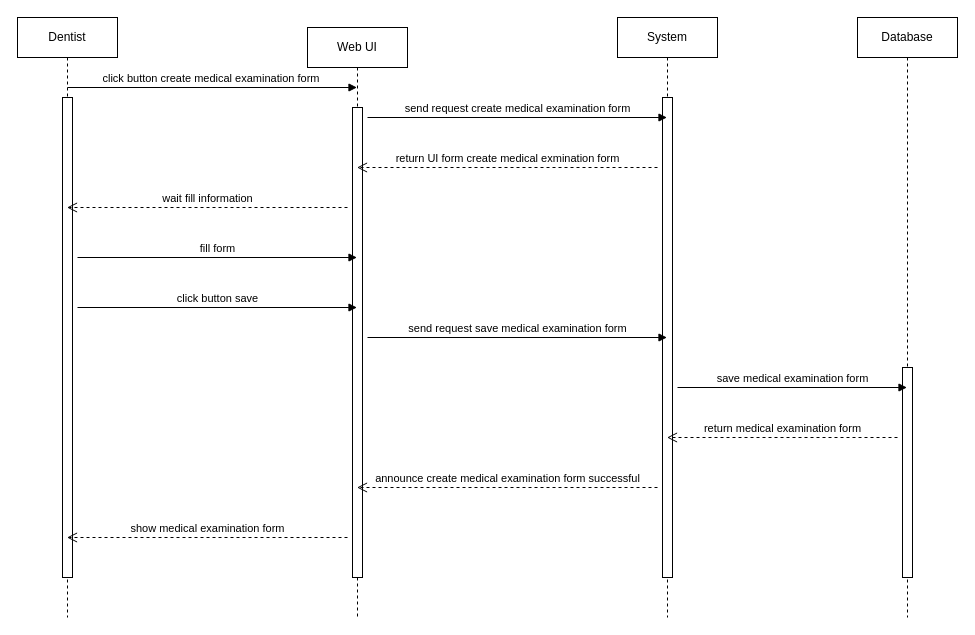
This is page "Sequence tạo phiếu khám" (8 of 25) of project.drawio from Quang-1310/Quang-ENG-KS24A, a draw.io file, before an edit. Source tidied: cells renumbered, new cells numbered last; positions are measured from the earlier drawing's top-left corner, leaving out a move shared by most shapes. Both pictures are drawn from the tidied source at 100%, with x=0, y=0 at pixel (17, 17).
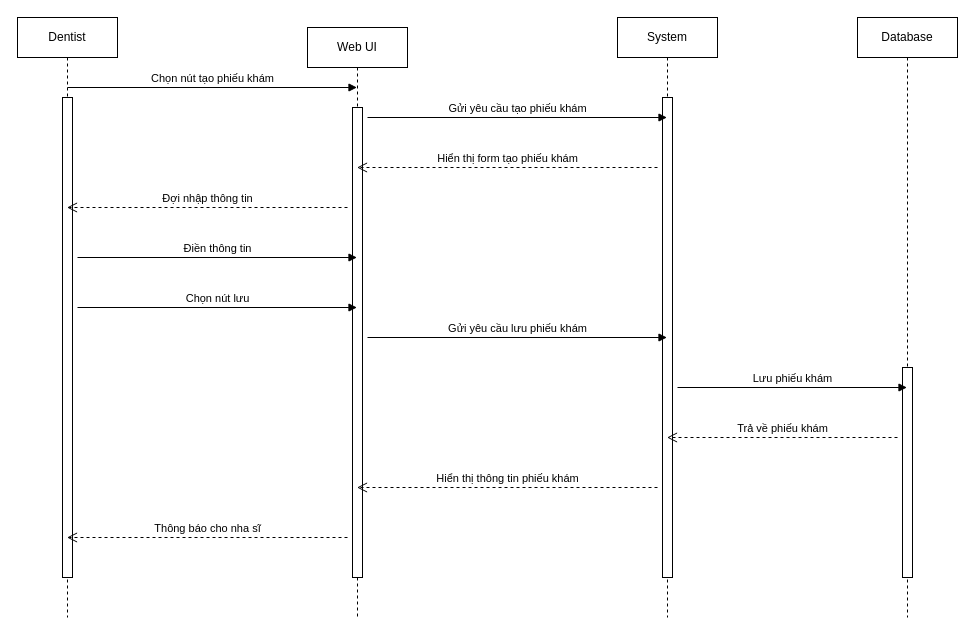
The same page after the edit.

The change refers to these unchanged cells:
```xml
<mxCell id="2" value="Dentist" style="shape=umlLifeline;perimeter=lifelinePerimeter;whiteSpace=wrap;html=1;outlineConnect=0;portConstraint=eastwest;newEdgeStyle={&quot;curved&quot;:0,&quot;rounded&quot;:0};" parent="1" vertex="1">
  <mxGeometry width="100" height="600" as="geometry" />
</mxCell>
<mxCell id="4" value="Web UI" style="shape=umlLifeline;perimeter=lifelinePerimeter;whiteSpace=wrap;html=1;outlineConnect=0;portConstraint=eastwest;newEdgeStyle={&quot;curved&quot;:0,&quot;rounded&quot;:0};" parent="1" vertex="1">
  <mxGeometry x="290" y="10" width="100" height="590" as="geometry" />
</mxCell>
<mxCell id="6" value="System" style="shape=umlLifeline;perimeter=lifelinePerimeter;whiteSpace=wrap;html=1;outlineConnect=0;portConstraint=eastwest;newEdgeStyle={&quot;curved&quot;:0,&quot;rounded&quot;:0};" parent="1" vertex="1">
  <mxGeometry x="600" width="100" height="600" as="geometry" />
</mxCell>
<mxCell id="8" value="Database" style="shape=umlLifeline;perimeter=lifelinePerimeter;whiteSpace=wrap;html=1;outlineConnect=0;portConstraint=eastwest;newEdgeStyle={&quot;curved&quot;:0,&quot;rounded&quot;:0};" parent="1" vertex="1">
  <mxGeometry x="840" width="100" height="600" as="geometry" />
</mxCell>
```

Diff of the diagram source:
```diff
@@
-    <mxCell id="10" value="click button create medical examination form&amp;nbsp;" style="html=1;verticalAlign=bottom;endArrow=block;curved=0;rounded=0;" parent="1" edge="1" target="4">
+    <mxCell id="10" value="Chọn nút tạo phiếu khám" style="html=1;verticalAlign=bottom;endArrow=block;curved=0;rounded=0;" parent="1" edge="1" target="4">
       <mxGeometry relative="1" as="geometry">
         <mxPoint x="50" y="70" as="sourcePoint" />
       </mxGeometry>
     </mxCell>
-    <mxCell id="11" value="send request create medical examination form" style="html=1;verticalAlign=bottom;endArrow=block;curved=0;rounded=0;" parent="1" edge="1" target="6">
+    <mxCell id="11" value="Gửi yêu cầu tạo phiếu khám" style="html=1;verticalAlign=bottom;endArrow=block;curved=0;rounded=0;" parent="1" edge="1" target="6">
       <mxGeometry relative="1" as="geometry">
         <mxPoint x="350" y="100" as="sourcePoint" />
       </mxGeometry>
     </mxCell>
-    <mxCell id="12" value="return UI form create medical exmination form" style="html=1;verticalAlign=bottom;endArrow=open;dashed=1;endSize=8;curved=0;rounded=0;" parent="1" edge="1" target="4">
+    <mxCell id="12" value="Hiển thị form tạo phiếu khám" style="html=1;verticalAlign=bottom;endArrow=open;dashed=1;endSize=8;curved=0;rounded=0;" parent="1" edge="1" target="4">
       <mxGeometry relative="1" as="geometry">
         <mxPoint x="640" y="150" as="sourcePoint" />
       </mxGeometry>
     </mxCell>
-    <mxCell id="13" value="wait fill information" style="html=1;verticalAlign=bottom;endArrow=open;dashed=1;endSize=8;curved=0;rounded=0;" parent="1" edge="1" target="2">
+    <mxCell id="13" value="Đợi nhập thông tin" style="html=1;verticalAlign=bottom;endArrow=open;dashed=1;endSize=8;curved=0;rounded=0;" parent="1" edge="1" target="2">
       <mxGeometry relative="1" as="geometry">
         <mxPoint x="330" y="190" as="sourcePoint" />
       </mxGeometry>
     </mxCell>
-    <mxCell id="14" value="fill form" style="html=1;verticalAlign=bottom;endArrow=block;curved=0;rounded=0;" parent="1" edge="1" target="4">
+    <mxCell id="14" value="Điền thông tin" style="html=1;verticalAlign=bottom;endArrow=block;curved=0;rounded=0;" parent="1" edge="1" target="4">
       <mxGeometry relative="1" as="geometry">
         <mxPoint x="60" y="240" as="sourcePoint" />
       </mxGeometry>
     </mxCell>
-    <mxCell id="15" value="send request save medical examination form" style="html=1;verticalAlign=bottom;endArrow=block;curved=0;rounded=0;" parent="1" edge="1">
+    <mxCell id="15" value="Gửi yêu cầu lưu phiếu khám" style="html=1;verticalAlign=bottom;endArrow=block;curved=0;rounded=0;" parent="1" edge="1">
       <mxGeometry relative="1" as="geometry">
         <mxPoint x="350" y="320" as="sourcePoint" />
         <mxPoint x="649.5" y="320" as="targetPoint" />
       </mxGeometry>
     </mxCell>
-    <mxCell id="16" value="click button save" style="html=1;verticalAlign=bottom;endArrow=block;curved=0;rounded=0;" parent="1" edge="1" target="4">
+    <mxCell id="16" value="Chọn nút lưu" style="html=1;verticalAlign=bottom;endArrow=block;curved=0;rounded=0;" parent="1" edge="1" target="4">
       <mxGeometry relative="1" as="geometry">
         <mxPoint x="60" y="290" as="sourcePoint" />
       </mxGeometry>
     </mxCell>
-    <mxCell id="17" value="save medical examination form" style="html=1;verticalAlign=bottom;endArrow=block;curved=0;rounded=0;" parent="1" edge="1" target="8">
+    <mxCell id="17" value="Lưu phiếu khám" style="html=1;verticalAlign=bottom;endArrow=block;curved=0;rounded=0;" parent="1" edge="1" target="8">
       <mxGeometry relative="1" as="geometry">
         <mxPoint x="660" y="370" as="sourcePoint" />
       </mxGeometry>
     </mxCell>
-    <mxCell id="18" value="return medical examination form" style="html=1;verticalAlign=bottom;endArrow=open;dashed=1;endSize=8;curved=0;rounded=0;" parent="1" edge="1" target="6">
+    <mxCell id="18" value="Trả về phiếu khám" style="html=1;verticalAlign=bottom;endArrow=open;dashed=1;endSize=8;curved=0;rounded=0;" parent="1" edge="1" target="6">
       <mxGeometry relative="1" as="geometry">
         <mxPoint x="880" y="420" as="sourcePoint" />
       </mxGeometry>
     </mxCell>
-    <mxCell id="19" value="announce create medical examination form successful" style="html=1;verticalAlign=bottom;endArrow=open;dashed=1;endSize=8;curved=0;rounded=0;" parent="1" edge="1" target="4">
+    <mxCell id="19" value="Hiển thị thông tin phiếu khám" style="html=1;verticalAlign=bottom;endArrow=open;dashed=1;endSize=8;curved=0;rounded=0;" parent="1" edge="1" target="4">
       <mxGeometry relative="1" as="geometry">
         <mxPoint x="640" y="470" as="sourcePoint" />
       </mxGeometry>
     </mxCell>
-    <mxCell id="20" value="show medical examination form" style="html=1;verticalAlign=bottom;endArrow=open;dashed=1;endSize=8;curved=0;rounded=0;" parent="1" edge="1" target="2">
+    <mxCell id="20" value="Thông báo cho nha sĩ" style="html=1;verticalAlign=bottom;endArrow=open;dashed=1;endSize=8;curved=0;rounded=0;" parent="1" edge="1" target="2">
       <mxGeometry relative="1" as="geometry">
         <mxPoint x="330" y="520" as="sourcePoint" />
       </mxGeometry>
     </mxCell>
```
